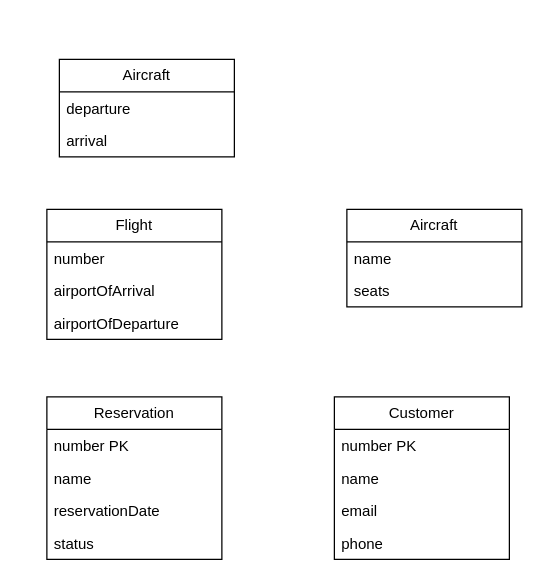
Above: airlinediagram.drawio in olliglorioso/datasets (draw.io), before the change. Source tidied: cells renumbered, new cells numbered last; positions are measured from the earlier drawing's top-left corner, leaving out a move shared by most shapes. Both pictures are drawn from the tidied source at 125%, with x=0, y=0 at pixel (46, 59).
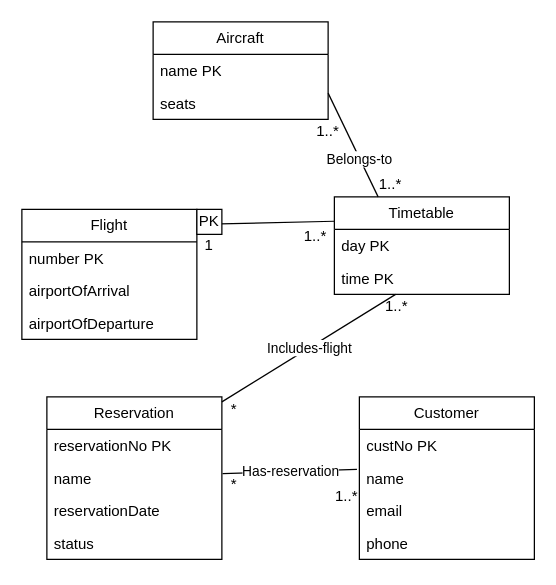
The same page after the edit.

Unchanged cells that the change refers to:
```xml
<mxCell id="11" value="name" style="text;strokeColor=none;fillColor=none;align=left;verticalAlign=top;spacingLeft=4;spacingRight=4;overflow=hidden;points=[[0,0.5],[1,0.5]];portConstraint=eastwest;whiteSpace=wrap;html=1;" parent="9" vertex="1">
  <mxGeometry y="52" width="140" height="26" as="geometry" />
</mxCell>
<mxCell id="14" value="Reservation" style="swimlane;fontStyle=0;horizontal=1;startSize=26;fillColor=none;whiteSpace=wrap;html=1;" parent="1" vertex="1">
  <mxGeometry y="270" width="140" height="130" as="geometry" />
</mxCell>
<mxCell id="16" value="name" style="text;strokeColor=none;fillColor=none;align=left;verticalAlign=top;spacingLeft=4;spacingRight=4;overflow=hidden;points=[[0,0.5],[1,0.5]];portConstraint=eastwest;whiteSpace=wrap;html=1;" parent="14" vertex="1">
  <mxGeometry y="52" width="140" height="26" as="geometry" />
</mxCell>
```

Change to the diagram source:
```diff
@@
     <mxCell id="2" value="Flight" style="swimlane;fontStyle=0;horizontal=1;startSize=26;fillColor=none;whiteSpace=wrap;html=1;" parent="1" vertex="1">
-      <mxGeometry y="120" width="140" height="104" as="geometry" />
+      <mxGeometry x="-20" y="120" width="140" height="104" as="geometry" />
     </mxCell>
-    <mxCell id="3" value="number" style="text;strokeColor=none;fillColor=none;align=left;verticalAlign=top;spacingLeft=4;spacingRight=4;overflow=hidden;whiteSpace=wrap;html=1;" parent="2" vertex="1">
+    <mxCell id="3" value="number PK" style="text;strokeColor=none;fillColor=none;align=left;verticalAlign=top;spacingLeft=4;spacingRight=4;overflow=hidden;whiteSpace=wrap;html=1;" parent="2" vertex="1">
       <mxGeometry y="26" width="140" height="26" as="geometry" />
     </mxCell>
@@
-    <mxCell id="6" value="Aircraft" style="swimlane;fontStyle=0;horizontal=1;startSize=26;fillColor=none;whiteSpace=wrap;html=1;" parent="1" vertex="1">
-      <mxGeometry x="240" y="120" width="140" height="78" as="geometry" />
-    </mxCell>
-    <mxCell id="7" value="name" style="text;strokeColor=none;fillColor=none;align=left;verticalAlign=top;spacingLeft=4;spacingRight=4;overflow=hidden;whiteSpace=wrap;html=1;" parent="6" vertex="1">
-      <mxGeometry y="26" width="140" height="26" as="geometry" />
-    </mxCell>
-    <mxCell id="8" value="seats" style="text;strokeColor=none;fillColor=none;align=left;verticalAlign=top;spacingLeft=4;spacingRight=4;overflow=hidden;points=[[0,0.5],[1,0.5]];portConstraint=eastwest;whiteSpace=wrap;html=1;" parent="6" vertex="1">
-      <mxGeometry y="52" width="140" height="26" as="geometry" />
-    </mxCell>
     <mxCell id="9" value="Customer" style="swimlane;fontStyle=0;horizontal=1;startSize=26;fillColor=none;whiteSpace=wrap;html=1;" parent="1" vertex="1">
-      <mxGeometry x="230" y="270" width="140" height="130" as="geometry" />
+      <mxGeometry x="250" y="270" width="140" height="130" as="geometry" />
     </mxCell>
-    <mxCell id="10" value="number PK" style="text;strokeColor=none;fillColor=none;align=left;verticalAlign=top;spacingLeft=4;spacingRight=4;overflow=hidden;whiteSpace=wrap;html=1;" parent="9" vertex="1">
+    <mxCell id="10" value="custNo PK" style="text;strokeColor=none;fillColor=none;align=left;verticalAlign=top;spacingLeft=4;spacingRight=4;overflow=hidden;whiteSpace=wrap;html=1;" parent="9" vertex="1">
       <mxGeometry y="26" width="140" height="26" as="geometry" />
     </mxCell>
@@
-    <mxCell id="15" value="number PK" style="text;strokeColor=none;fillColor=none;align=left;verticalAlign=top;spacingLeft=4;spacingRight=4;overflow=hidden;whiteSpace=wrap;html=1;" parent="14" vertex="1">
+    <mxCell id="15" value="reservationNo PK" style="text;strokeColor=none;fillColor=none;align=left;verticalAlign=top;spacingLeft=4;spacingRight=4;overflow=hidden;whiteSpace=wrap;html=1;" parent="14" vertex="1">
       <mxGeometry y="26" width="140" height="26" as="geometry" />
     </mxCell>
@@
     <mxCell id="19" value="Aircraft" style="swimlane;fontStyle=0;horizontal=1;startSize=26;fillColor=none;whiteSpace=wrap;html=1;" parent="1" vertex="1">
-      <mxGeometry x="10" width="140" height="78" as="geometry" />
+      <mxGeometry x="85" y="-30" width="140" height="78" as="geometry" />
     </mxCell>
-    <mxCell id="20" value="departure" style="text;strokeColor=none;fillColor=none;align=left;verticalAlign=top;spacingLeft=4;spacingRight=4;overflow=hidden;whiteSpace=wrap;html=1;" parent="19" vertex="1">
-      <mxGeometry y="26" width="140" height="26" as="geometry" />
-    </mxCell>
-    <mxCell id="21" value="arrival" style="text;strokeColor=none;fillColor=none;align=left;verticalAlign=top;spacingLeft=4;spacingRight=4;overflow=hidden;whiteSpace=wrap;html=1;" parent="19" vertex="1">
-      <mxGeometry y="52" width="140" height="26" as="geometry" />
+    <mxCell id="21" value="name PK" style="text;strokeColor=none;fillColor=none;align=left;verticalAlign=top;spacingLeft=4;spacingRight=4;overflow=hidden;whiteSpace=wrap;html=1;" parent="19" vertex="1">
+      <mxGeometry y="26" width="140" height="26" as="geometry" />
     </mxCell>
+    <mxCell id="8" value="seats" style="text;strokeColor=none;fillColor=none;align=left;verticalAlign=top;spacingLeft=4;spacingRight=4;overflow=hidden;points=[[0,0.5],[1,0.5]];portConstraint=eastwest;whiteSpace=wrap;html=1;" parent="19" vertex="1">
+      <mxGeometry y="52" width="140" height="26" as="geometry" />
+    </mxCell>
+    <mxCell id="22" value="Timetable" style="swimlane;fontStyle=0;horizontal=1;startSize=26;fillColor=none;whiteSpace=wrap;html=1;" parent="1" vertex="1">
+      <mxGeometry x="230" y="110" width="140" height="78" as="geometry" />
+    </mxCell>
+    <mxCell id="23" value="day PK" style="text;strokeColor=none;fillColor=none;align=left;verticalAlign=top;spacingLeft=4;spacingRight=4;overflow=hidden;whiteSpace=wrap;html=1;" parent="22" vertex="1">
+      <mxGeometry y="26" width="140" height="26" as="geometry" />
+    </mxCell>
+    <mxCell id="24" value="time PK" style="text;strokeColor=none;fillColor=none;align=left;verticalAlign=top;spacingLeft=4;spacingRight=4;overflow=hidden;points=[[0,0.5],[1,0.5]];portConstraint=eastwest;whiteSpace=wrap;html=1;" parent="22" vertex="1">
+      <mxGeometry y="52" width="140" height="26" as="geometry" />
+    </mxCell>
+    <mxCell id="25" style="endArrow=none;html=1;rounded=0;exitX=1;exitY=0.115;exitDx=0;exitDy=0;exitPerimeter=0;entryX=0;entryY=0.25;entryDx=0;entryDy=0;" parent="1" edge="1" source="2" target="22">
+      <mxGeometry relative="1" as="geometry" />
+    </mxCell>
+    <mxCell id="26" value="1..*" style="text;strokeColor=none;align=center;fillColor=none;html=1;verticalAlign=middle;whiteSpace=wrap;rounded=0;" parent="1" vertex="1">
+      <mxGeometry x="200" y="130" width="30" height="24" as="geometry" />
+    </mxCell>
+    <mxCell id="27" value="1" style="text;strokeColor=none;align=center;fillColor=none;html=1;verticalAlign=middle;whiteSpace=wrap;rounded=0;" parent="1" vertex="1">
+      <mxGeometry x="100" y="134" width="60" height="30" as="geometry" />
+    </mxCell>
+    <mxCell id="28" value="Belongs-to" style="endArrow=none;html=1;rounded=0;entryX=0.25;entryY=0;entryDx=0;entryDy=0;exitX=1;exitY=0.192;exitDx=0;exitDy=0;exitPerimeter=0;" parent="1" edge="1" source="8" target="22">
+      <mxGeometry x="0.27" relative="1" as="geometry">
+        <mxPoint x="-1" as="offset" />
+      </mxGeometry>
+    </mxCell>
+    <mxCell id="29" value="1..*" style="text;strokeColor=none;align=center;fillColor=none;html=1;verticalAlign=middle;whiteSpace=wrap;rounded=0;" parent="1" vertex="1">
+      <mxGeometry x="260" y="90" width="30" height="20" as="geometry" />
+    </mxCell>
+    <mxCell id="30" value="1..*" style="text;strokeColor=none;align=center;fillColor=none;html=1;verticalAlign=middle;whiteSpace=wrap;rounded=0;" parent="1" vertex="1">
+      <mxGeometry x="210" y="48" width="30" height="20" as="geometry" />
+    </mxCell>
+    <mxCell id="31" value="PK" style="rounded=0;whiteSpace=wrap;html=1;" parent="1" vertex="1">
+      <mxGeometry x="120" y="120" width="20" height="20" as="geometry" />
+    </mxCell>
+    <mxCell id="32" value="Has-reservation" style="endArrow=none;html=1;rounded=0;exitX=1.004;exitY=0.363;exitDx=0;exitDy=0;exitPerimeter=0;entryX=-0.014;entryY=0.231;entryDx=0;entryDy=0;entryPerimeter=0;" parent="1" edge="1" source="16" target="11">
+      <mxGeometry relative="1" as="geometry" />
+    </mxCell>
+    <mxCell id="33" value="1..*" style="text;strokeColor=none;align=center;fillColor=none;html=1;verticalAlign=middle;whiteSpace=wrap;rounded=0;" parent="1" vertex="1">
+      <mxGeometry x="230" y="340" width="20" height="20" as="geometry" />
+    </mxCell>
+    <mxCell id="34" value="1..*" style="text;strokeColor=none;align=center;fillColor=none;html=1;verticalAlign=middle;whiteSpace=wrap;rounded=0;" parent="1" vertex="1">
+      <mxGeometry x="270" y="188" width="20" height="20" as="geometry" />
+    </mxCell>
+    <mxCell id="35" value="Includes-flight" style="endArrow=none;html=1;rounded=0;" parent="1" edge="1" target="24">
+      <mxGeometry relative="1" as="geometry">
+        <mxPoint x="140" y="274" as="sourcePoint" />
+      </mxGeometry>
+    </mxCell>
+    <mxCell id="36" value="*" style="text;strokeColor=none;align=center;fillColor=none;html=1;verticalAlign=middle;whiteSpace=wrap;rounded=0;" parent="1" vertex="1">
+      <mxGeometry x="140" y="330" width="20" height="20" as="geometry" />
+    </mxCell>
+    <mxCell id="37" value="*" style="text;strokeColor=none;align=center;fillColor=none;html=1;verticalAlign=middle;whiteSpace=wrap;rounded=0;" parent="1" vertex="1">
+      <mxGeometry x="140" y="270" width="20" height="20" as="geometry" />
+    </mxCell>
```
